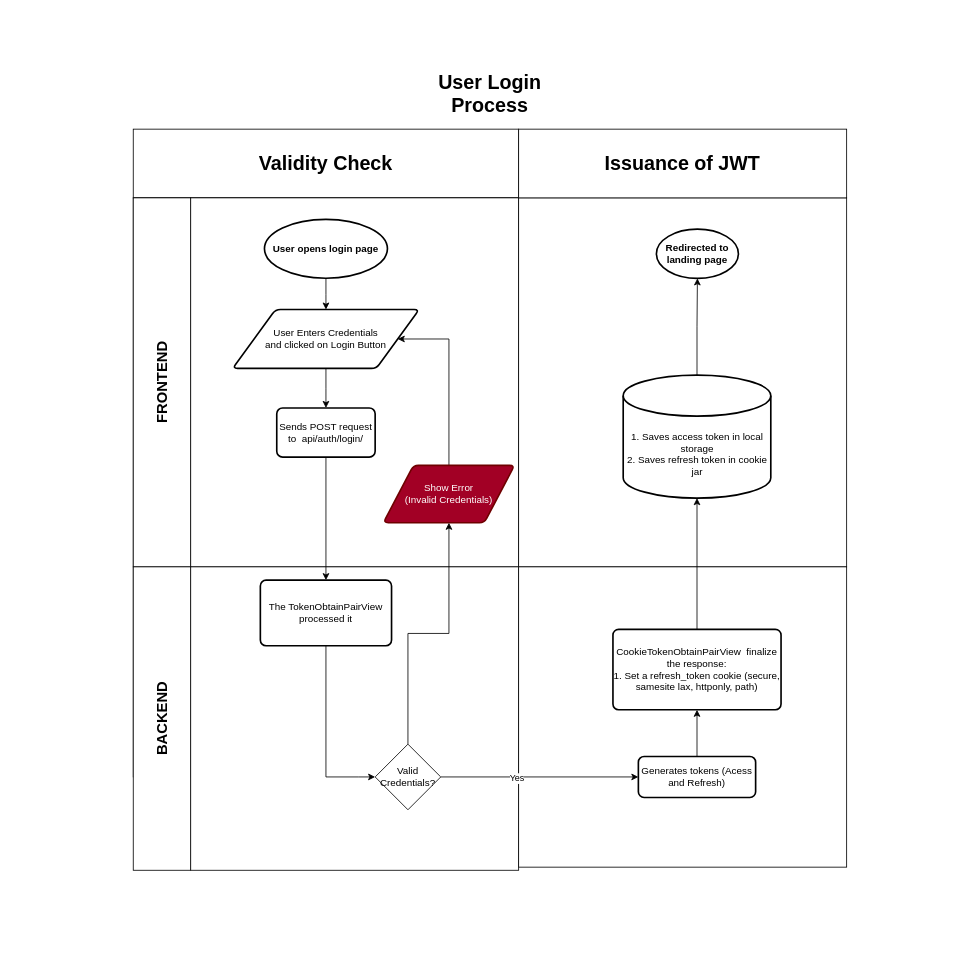
Earlier version of the draw.io diagram page "auth_login-process" (1 of 3) of E-Commerce API Business Process.drawio (RHILIUS/drawio). Source tidied: cells renumbered, new cells numbered last; positions are measured from the earlier drawing's top-left corner, leaving out a move shared by most shapes. Both pictures are drawn from the tidied source at 82%, with x=0, y=0 at pixel (133, 80).
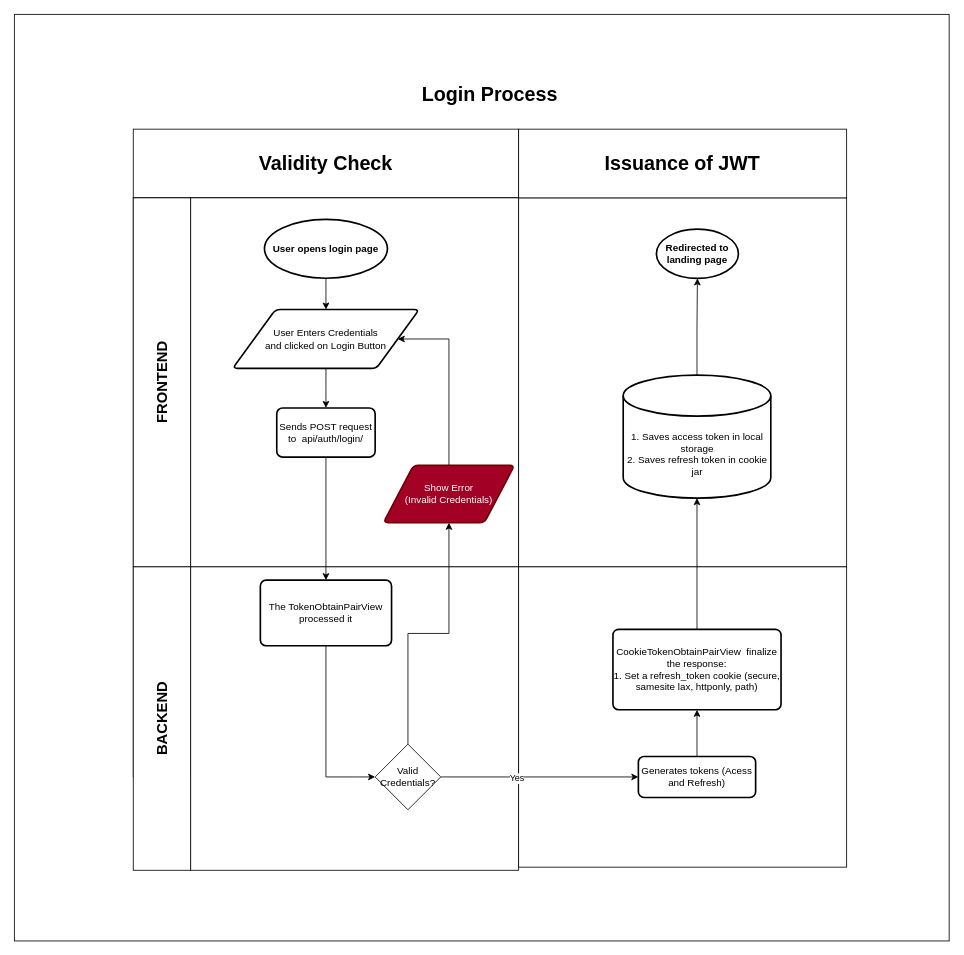
The same page after the edit.

The edit, as a diff of the source:
```diff
@@
+    <mxCell id="35" style="rounded=0;whiteSpace=wrap;html=1;" parent="1" vertex="1">
+      <mxGeometry x="-145" y="-80" width="1140" height="1130" as="geometry" />
+    </mxCell>
-    <mxCell id="2" value="&lt;h1&gt;User Login Process&lt;/h1&gt;&lt;div&gt;&lt;br&gt;&lt;/div&gt;" style="text;html=1;whiteSpace=wrap;strokeColor=none;fillColor=none;align=center;verticalAlign=middle;rounded=0;horizontal=1;" parent="1" vertex="1">
+    <mxCell id="2" value="&lt;h1&gt;Login Process&lt;/h1&gt;&lt;div&gt;&lt;br&gt;&lt;/div&gt;" style="text;html=1;whiteSpace=wrap;strokeColor=none;fillColor=none;align=center;verticalAlign=middle;rounded=0;horizontal=1;" parent="1" vertex="1">
       <mxGeometry x="345" width="180" height="50" as="geometry" />
     </mxCell>
```
